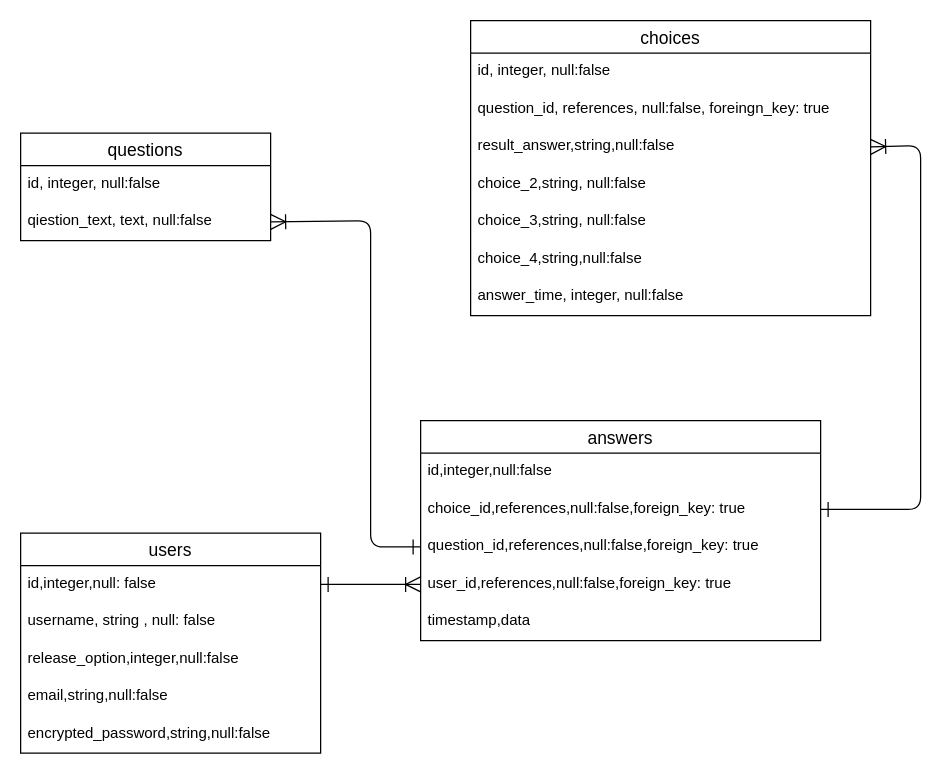
Above: origin.dio in makuu-nobu/mentAIdns (draw.io), before the change. Source tidied: cells renumbered, new cells numbered last; positions are measured from the earlier drawing's top-left corner, leaving out a move shared by most shapes. Both pictures are drawn from the tidied source at 125%, with x=0, y=0 at pixel (20, 20).
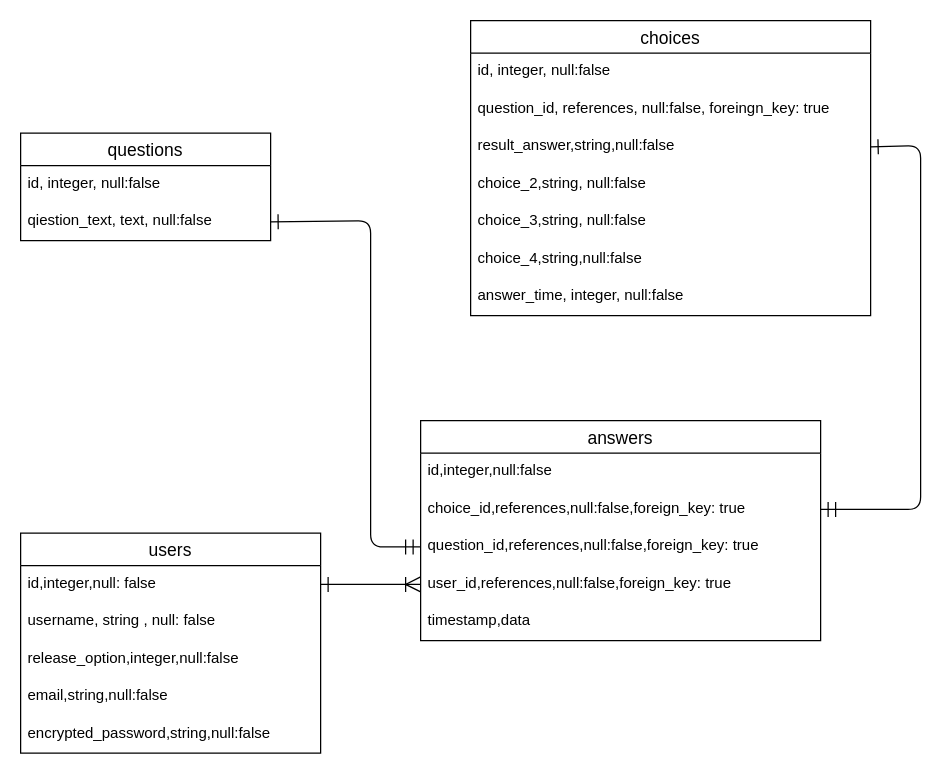
The same page after the edit.

The change refers to these unchanged cells:
```xml
<mxCell id="4" value="qiestion_text, text, null:false" style="text;strokeColor=none;fillColor=none;spacingLeft=4;spacingRight=4;overflow=hidden;points=[[0,0.5],[1,0.5]];portConstraint=eastwest;fontSize=12;" parent="2" vertex="1">
  <mxGeometry y="56" width="200" height="30" as="geometry" />
</mxCell>
<mxCell id="14" value="result_answer,string,null:false" style="text;strokeColor=none;fillColor=none;spacingLeft=4;spacingRight=4;overflow=hidden;points=[[0,0.5],[1,0.5]];portConstraint=eastwest;fontSize=12;" parent="11" vertex="1">
  <mxGeometry y="86" width="320" height="30" as="geometry" />
</mxCell>
<mxCell id="21" value="choice_id,references,null:false,foreign_key: true" style="text;strokeColor=none;fillColor=none;spacingLeft=4;spacingRight=4;overflow=hidden;points=[[0,0.5],[1,0.5]];portConstraint=eastwest;fontSize=12;" parent="19" vertex="1">
  <mxGeometry y="56" width="320" height="30" as="geometry" />
</mxCell>
<mxCell id="22" value="question_id,references,null:false,foreign_key: true" style="text;strokeColor=none;fillColor=none;spacingLeft=4;spacingRight=4;overflow=hidden;points=[[0,0.5],[1,0.5]];portConstraint=eastwest;fontSize=12;" parent="19" vertex="1">
  <mxGeometry y="86" width="320" height="30" as="geometry" />
</mxCell>
```

What changed in the source:
```diff
@@
-    <mxCell id="26" style="edgeStyle=none;html=1;exitX=1;exitY=0.5;exitDx=0;exitDy=0;entryX=0;entryY=0.5;entryDx=0;entryDy=0;startArrow=ERoneToMany;startFill=0;endArrow=ERone;endFill=0;endSize=10;startSize=10;" parent="1" edge="1" source="4" target="22">
+    <mxCell id="26" style="edgeStyle=none;html=1;exitX=1;exitY=0.5;exitDx=0;exitDy=0;entryX=0;entryY=0.5;entryDx=0;entryDy=0;startArrow=ERone;startFill=0;endArrow=ERmandOne;endFill=0;endSize=10;startSize=10;" parent="1" edge="1" source="4" target="22">
       <mxGeometry relative="1" as="geometry">
         <Array as="points">
           <mxPoint x="280" y="160" />
           <mxPoint x="280" y="421" />
         </Array>
       </mxGeometry>
     </mxCell>
-    <mxCell id="27" style="edgeStyle=none;html=1;exitX=1;exitY=0.5;exitDx=0;exitDy=0;entryX=1;entryY=0.5;entryDx=0;entryDy=0;startArrow=ERoneToMany;startFill=0;endArrow=ERone;endFill=0;endSize=10;startSize=10;" parent="1" edge="1" source="14" target="21">
+    <mxCell id="27" style="edgeStyle=none;html=1;exitX=1;exitY=0.5;exitDx=0;exitDy=0;entryX=1;entryY=0.5;entryDx=0;entryDy=0;startArrow=ERone;startFill=0;endArrow=ERmandOne;endFill=0;endSize=10;startSize=10;" parent="1" edge="1" source="14" target="21">
       <mxGeometry relative="1" as="geometry">
         <Array as="points">
           <mxPoint x="720" y="100" />
           <mxPoint x="720" y="391" />
         </Array>
       </mxGeometry>
     </mxCell>
```
